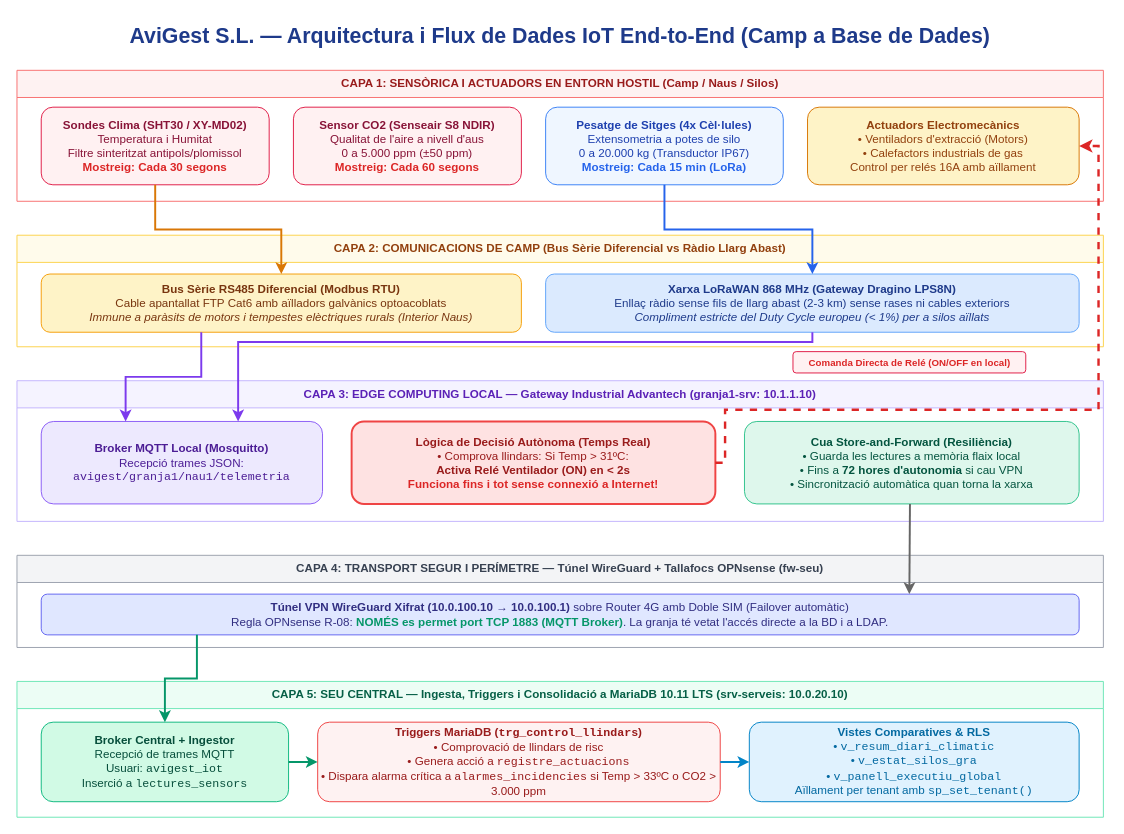
Above: docs/diagrames/esquema_flux_iot.drawio in JoanGarcia25/avigest-projecte (draw.io), before the change. Source tidied: cells renumbered, new cells numbered last; positions are measured from the earlier drawing's top-left corner, leaving out a move shared by most shapes. Both pictures are drawn from the tidied source at 97%, with x=0, y=0 at pixel (16, 16).
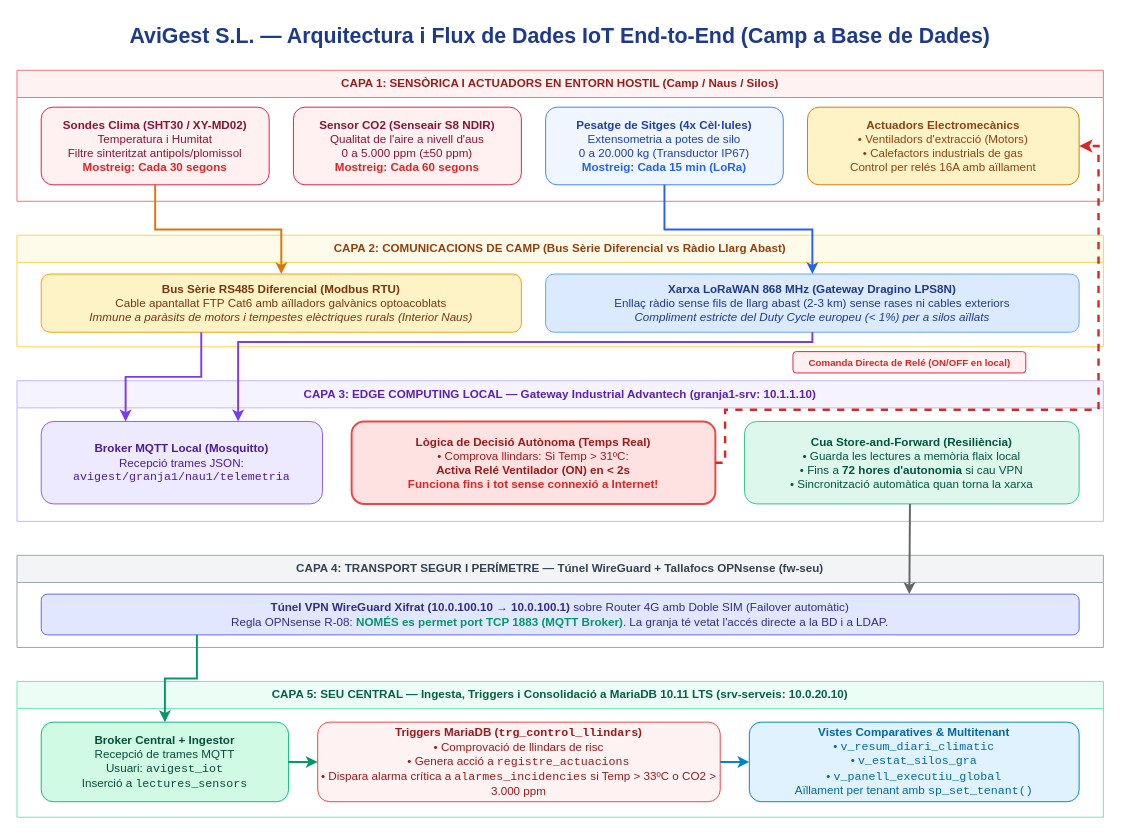
After the change.

Unchanged cells that the change refers to:
```xml
<mxCell id="17" value="CAPA 5: SEU CENTRAL — Ingesta, Triggers i Consolidació a MariaDB 10.11 LTS (srv-serveis: 10.0.20.10)" style="swimlane;whiteSpace=wrap;html=1;fillColor=#ECFDF5;strokeColor=#6EE7B7;fontStyle=1;fontColor=#065F46;startSize=28;" parent="1" vertex="1">
  <mxGeometry y="685" width="1120" height="140" as="geometry" />
</mxCell>
```

What changed in the source:
```diff
@@
-    <mxCell id="20" value="&lt;b&gt;Vistes Comparatives &amp; RLS&lt;/b&gt;&lt;br&gt;• &lt;code&gt;v_resum_diari_climatic&lt;/code&gt;&lt;br&gt;• &lt;code&gt;v_estat_silos_gra&lt;/code&gt;&lt;br&gt;• &lt;code&gt;v_panell_executiu_global&lt;/code&gt;&lt;br&gt;Aïllament per tenant amb &lt;code&gt;sp_set_tenant()&lt;/code&gt;" style="rounded=1;whiteSpace=wrap;html=1;fillColor=#E0F2FE;strokeColor=#0284C7;fontColor=#0369A1;" parent="17" vertex="1">
+    <mxCell id="20" value="&lt;b&gt;Vistes Comparatives &amp; Multitenant&lt;/b&gt;&lt;br&gt;• &lt;code&gt;v_resum_diari_climatic&lt;/code&gt;&lt;br&gt;• &lt;code&gt;v_estat_silos_gra&lt;/code&gt;&lt;br&gt;• &lt;code&gt;v_panell_executiu_global&lt;/code&gt;&lt;br&gt;Aïllament per tenant amb &lt;code&gt;sp_set_tenant()&lt;/code&gt;" style="rounded=1;whiteSpace=wrap;html=1;fillColor=#E0F2FE;strokeColor=#0284C7;fontColor=#0369A1;" parent="17" vertex="1">
       <mxGeometry x="755" y="42" width="340" height="82" as="geometry" />
     </mxCell>
```
